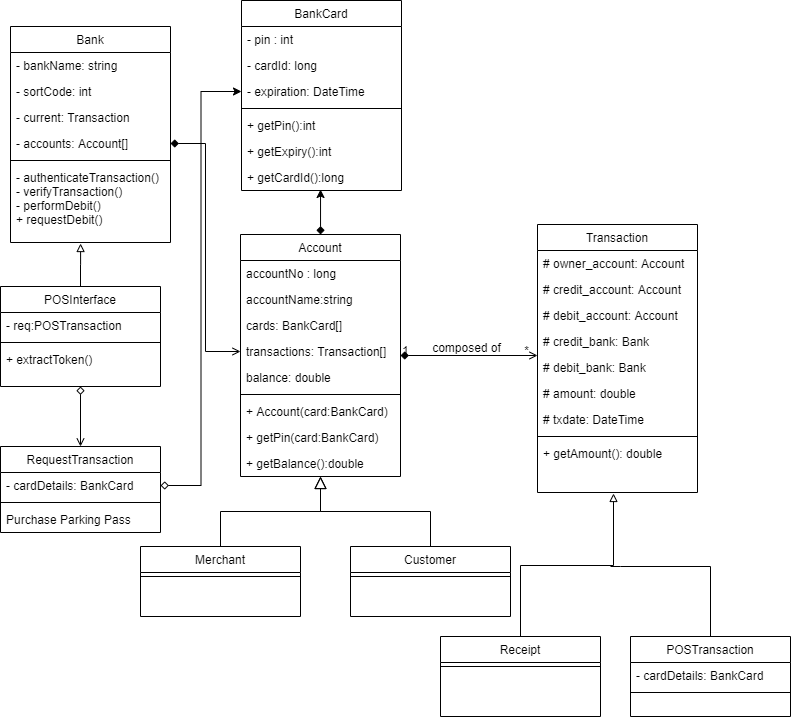
Above: schema/POS classes.png in deeperj/rust (draw.io), before the change. Source tidied: cells renumbered, new cells last; positions are measured from the earlier drawing's top-left corner, leaving out a move shared by most shapes.
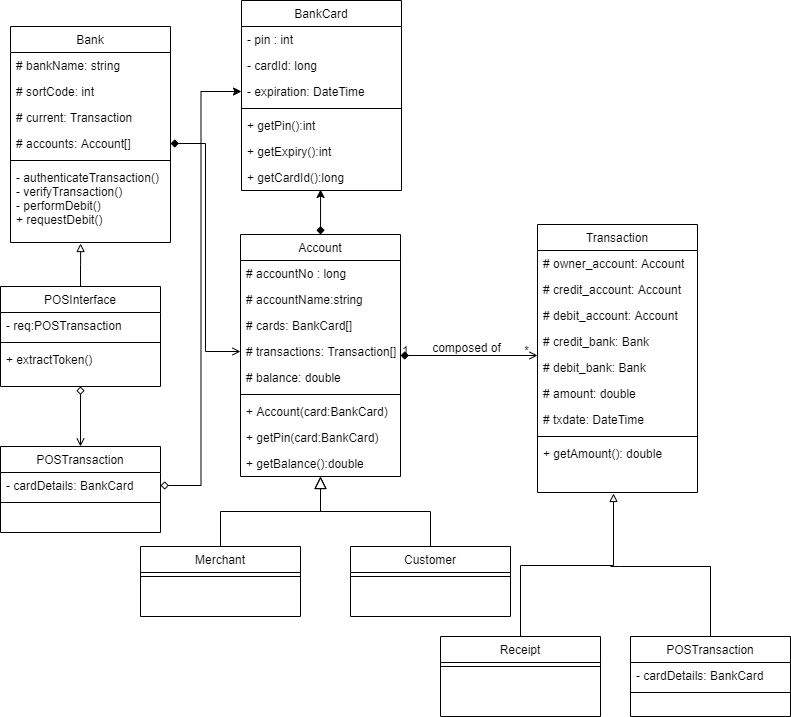
Above is the later version.

Diff of the diagram source:
```diff
@@ -58,16 +58,16 @@
     <mxCell id="17" value="Bank" style="swimlane;fontStyle=0;align=center;verticalAlign=top;horizontal=1;startSize=26;rounded=0;shadow=0;strokeWidth=1;" parent="1" vertex="1">
       <mxGeometry x="10" y="26" width="160" height="216" as="geometry" />
     </mxCell>
-    <mxCell id="18" value="- bankName: string" style="text;align=left;verticalAlign=top;spacingLeft=4;spacingRight=4;overflow=hidden;" parent="17" vertex="1">
+    <mxCell id="18" value="# bankName: string" style="text;align=left;verticalAlign=top;spacingLeft=4;spacingRight=4;overflow=hidden;" parent="17" vertex="1">
       <mxGeometry y="26" width="160" height="26" as="geometry" />
     </mxCell>
-    <mxCell id="19" value="- sortCode: int" style="text;align=left;verticalAlign=top;spacingLeft=4;spacingRight=4;overflow=hidden;rounded=0;shadow=0;html=0;" parent="17" vertex="1">
+    <mxCell id="19" value="# sortCode: int" style="text;align=left;verticalAlign=top;spacingLeft=4;spacingRight=4;overflow=hidden;rounded=0;shadow=0;html=0;" parent="17" vertex="1">
       <mxGeometry y="52" width="160" height="26" as="geometry" />
     </mxCell>
-    <mxCell id="20" value="- current: Transaction" style="text;align=left;verticalAlign=top;spacingLeft=4;spacingRight=4;overflow=hidden;rounded=0;shadow=0;html=0;" parent="17" vertex="1">
+    <mxCell id="20" value="# current: Transaction" style="text;align=left;verticalAlign=top;spacingLeft=4;spacingRight=4;overflow=hidden;rounded=0;shadow=0;html=0;" parent="17" vertex="1">
       <mxGeometry y="78" width="160" height="26" as="geometry" />
     </mxCell>
-    <mxCell id="21" value="- accounts: Account[]" style="text;align=left;verticalAlign=top;spacingLeft=4;spacingRight=4;overflow=hidden;points=[[0,0.5],[1,0.5]];portConstraint=eastwest;rounded=0;shadow=0;html=0;" parent="17" vertex="1">
+    <mxCell id="21" value="# accounts: Account[]" style="text;align=left;verticalAlign=top;spacingLeft=4;spacingRight=4;overflow=hidden;points=[[0,0.5],[1,0.5]];portConstraint=eastwest;rounded=0;shadow=0;html=0;" parent="17" vertex="1">
       <mxGeometry y="104" width="160" height="26" as="geometry" />
     </mxCell>
     <mxCell id="22" style="line;html=1;strokeWidth=1;align=left;verticalAlign=middle;spacingTop=-1;spacingLeft=3;spacingRight=3;labelPosition=right;" parent="17" vertex="1">
@@ -79,19 +79,19 @@
     <mxCell id="24" value="Account" style="swimlane;fontStyle=0;align=center;verticalAlign=top;horizontal=1;startSize=26;rounded=0;shadow=0;strokeWidth=1;" parent="1" vertex="1">
       <mxGeometry x="240" y="234" width="160" height="242" as="geometry" />
     </mxCell>
-    <mxCell id="25" value="accountNo : long" style="text;align=left;verticalAlign=top;spacingLeft=4;spacingRight=4;overflow=hidden;" parent="24" vertex="1">
+    <mxCell id="25" value="# accountNo : long" style="text;align=left;verticalAlign=top;spacingLeft=4;spacingRight=4;overflow=hidden;" parent="24" vertex="1">
       <mxGeometry y="26" width="160" height="26" as="geometry" />
     </mxCell>
-    <mxCell id="26" value="accountName:string" style="text;align=left;verticalAlign=top;spacingLeft=4;spacingRight=4;overflow=hidden;rounded=0;shadow=0;html=0;" parent="24" vertex="1">
+    <mxCell id="26" value="# accountName:string" style="text;align=left;verticalAlign=top;spacingLeft=4;spacingRight=4;overflow=hidden;rounded=0;shadow=0;html=0;" parent="24" vertex="1">
       <mxGeometry y="52" width="160" height="26" as="geometry" />
     </mxCell>
-    <mxCell id="27" value="cards: BankCard[]" style="text;align=left;verticalAlign=top;spacingLeft=4;spacingRight=4;overflow=hidden;rounded=0;shadow=0;html=0;" parent="24" vertex="1">
+    <mxCell id="27" value="# cards: BankCard[]" style="text;align=left;verticalAlign=top;spacingLeft=4;spacingRight=4;overflow=hidden;rounded=0;shadow=0;html=0;" parent="24" vertex="1">
       <mxGeometry y="78" width="160" height="26" as="geometry" />
     </mxCell>
-    <mxCell id="28" value="transactions: Transaction[]" style="text;align=left;verticalAlign=top;spacingLeft=4;spacingRight=4;overflow=hidden;points=[[0,0.5],[1,0.5]];portConstraint=eastwest;rounded=0;shadow=0;html=0;" parent="24" vertex="1">
+    <mxCell id="28" value="# transactions: Transaction[]" style="text;align=left;verticalAlign=top;spacingLeft=4;spacingRight=4;overflow=hidden;points=[[0,0.5],[1,0.5]];portConstraint=eastwest;rounded=0;shadow=0;html=0;" parent="24" vertex="1">
       <mxGeometry y="104" width="160" height="26" as="geometry" />
     </mxCell>
-    <mxCell id="29" value="balance: double" style="text;align=left;verticalAlign=top;spacingLeft=4;spacingRight=4;overflow=hidden;rounded=0;shadow=0;html=0;" parent="24" vertex="1">
+    <mxCell id="29" value="# balance: double" style="text;align=left;verticalAlign=top;spacingLeft=4;spacingRight=4;overflow=hidden;rounded=0;shadow=0;html=0;" parent="24" vertex="1">
       <mxGeometry y="130" width="160" height="26" as="geometry" />
     </mxCell>
     <mxCell id="30" style="line;html=1;strokeWidth=1;align=left;verticalAlign=middle;spacingTop=-1;spacingLeft=3;spacingRight=3;labelPosition=right;" parent="24" vertex="1">
@@ -199,7 +199,7 @@
         </Array>
       </mxGeometry>
     </mxCell>
-    <mxCell id="61" value="RequestTransaction" style="swimlane;fontStyle=0;align=center;verticalAlign=top;horizontal=1;startSize=26;rounded=0;shadow=0;strokeWidth=1;" parent="1" vertex="1">
+    <mxCell id="61" value="POSTransaction" style="swimlane;fontStyle=0;align=center;verticalAlign=top;horizontal=1;startSize=26;rounded=0;shadow=0;strokeWidth=1;" parent="1" vertex="1">
       <mxGeometry y="446" width="160" height="86" as="geometry" />
     </mxCell>
     <mxCell id="62" value="- cardDetails: BankCard" style="text;align=left;verticalAlign=top;spacingLeft=4;spacingRight=4;overflow=hidden;points=[[0,0.5],[1,0.5]];portConstraint=eastwest;rounded=0;shadow=0;html=0;" parent="61" vertex="1">
@@ -208,9 +208,6 @@
     <mxCell id="63" style="line;html=1;strokeWidth=1;align=left;verticalAlign=middle;spacingTop=-1;spacingLeft=3;spacingRight=3;labelPosition=right;" parent="61" vertex="1">
       <mxGeometry y="52" width="160" height="8" as="geometry" />
     </mxCell>
-    <mxCell id="64" value="Purchase Parking Pass" style="text;align=left;verticalAlign=top;spacingLeft=4;spacingRight=4;overflow=hidden;" parent="61" vertex="1">
-      <mxGeometry y="60" width="160" height="26" as="geometry" />
-    </mxCell>
     <mxCell id="65" style="edgeStyle=orthogonalEdgeStyle;rounded=0;jettySize=auto;html=1;exitX=1;exitY=0.5;exitDx=0;exitDy=0;entryX=0;entryY=0.5;entryDx=0;entryDy=0;startArrow=diamond;startFill=1;endArrow=open;endFill=0;" parent="1" edge="1" source="21" target="28">
       <mxGeometry relative="1" as="geometry" />
     </mxCell>
```
